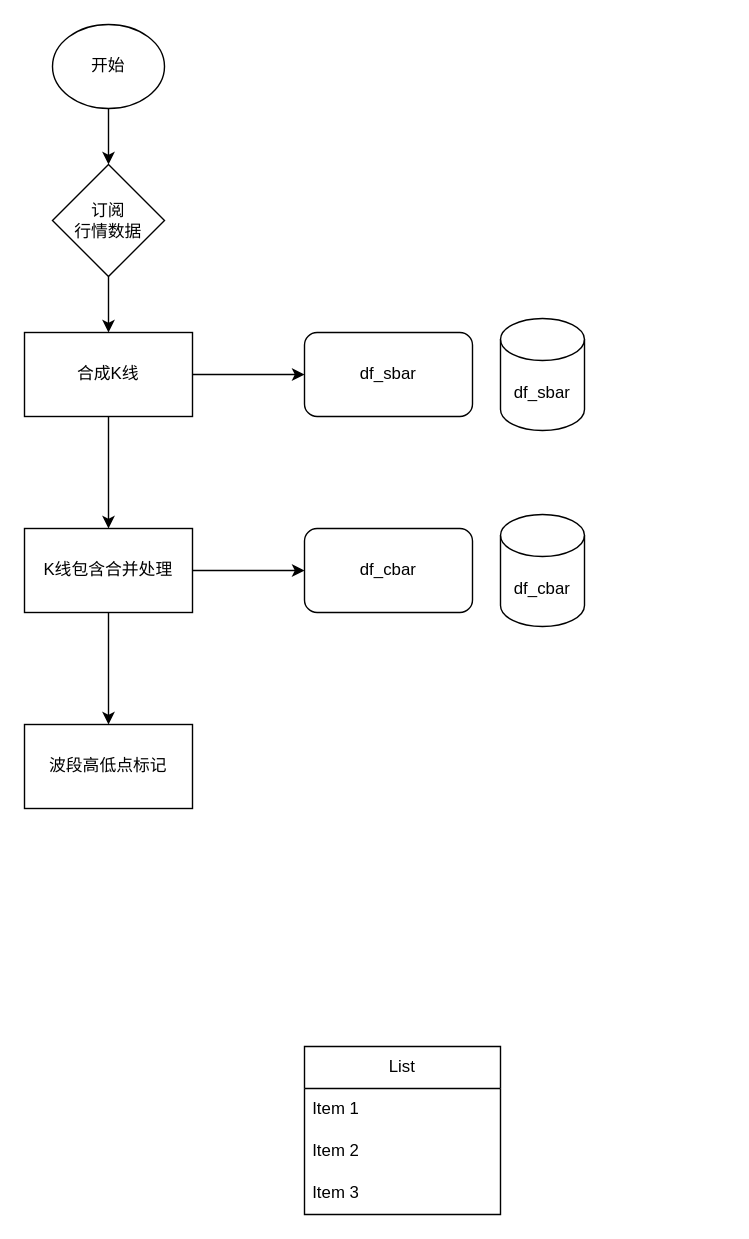
Earlier version of the draw.io diagram page "Pulao" (1 of 9) of docs/followchart.drawio (ligl/pulao). Source tidied: cells renumbered, new cells numbered last; positions are measured from the earlier drawing's top-left corner, leaving out a move shared by most shapes. Both pictures are drawn from the tidied source at 140%, with x=0, y=0 at pixel (24, 24).
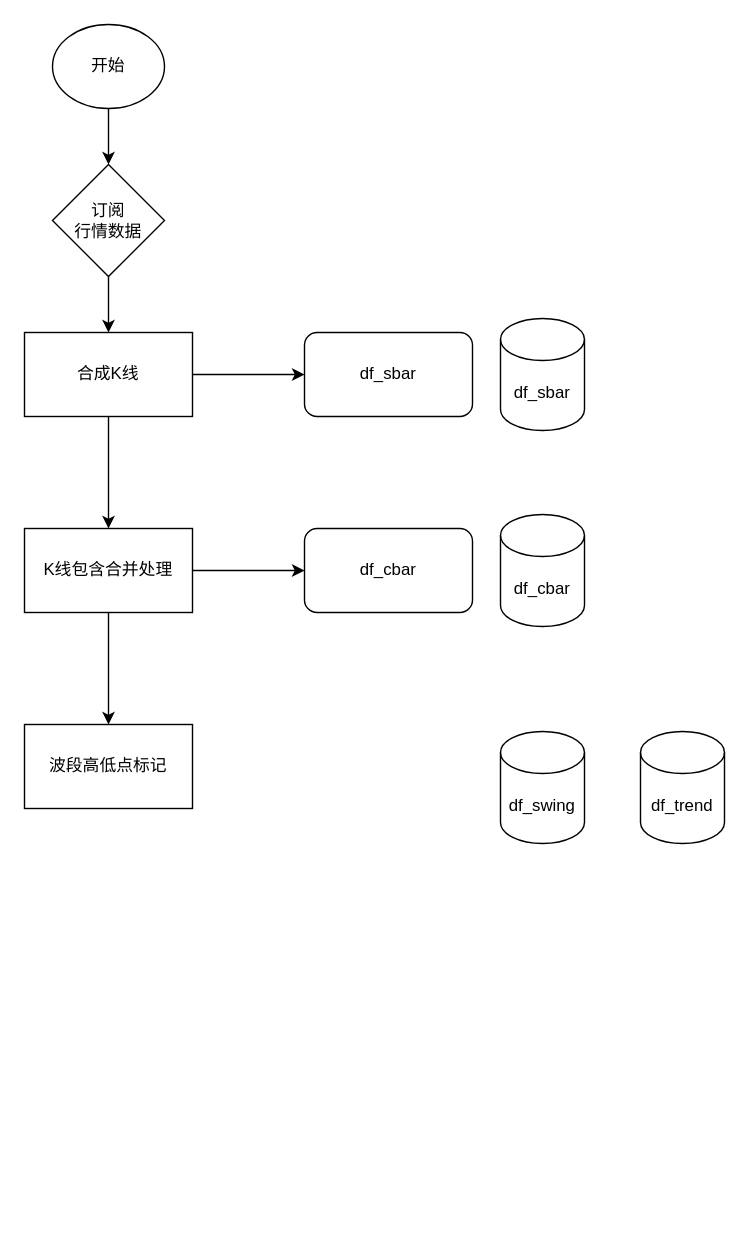
The same diagram, later.

The edit, as a diff of the source:
```diff
@@
-    <mxCell id="17" value="List" style="swimlane;fontStyle=0;horizontal=1;startSize=30;whiteSpace=wrap;html=1;" parent="1" vertex="1">
-      <mxGeometry x="200" y="730" width="140" height="120" as="geometry" />
-    </mxCell>
-    <mxCell id="18" value="Item 1" style="text;strokeColor=none;fillColor=none;align=left;verticalAlign=middle;spacingLeft=4;spacingRight=4;overflow=hidden;whiteSpace=wrap;html=1;" parent="17" vertex="1">
-      <mxGeometry y="30" width="140" height="30" as="geometry" />
-    </mxCell>
-    <mxCell id="19" value="Item 2" style="text;strokeColor=none;fillColor=none;align=left;verticalAlign=middle;spacingLeft=4;spacingRight=4;overflow=hidden;whiteSpace=wrap;html=1;" parent="17" vertex="1">
-      <mxGeometry y="60" width="140" height="30" as="geometry" />
-    </mxCell>
-    <mxCell id="20" value="Item 3" style="text;strokeColor=none;fillColor=none;align=left;verticalAlign=middle;spacingLeft=4;spacingRight=4;overflow=hidden;whiteSpace=wrap;html=1;" parent="17" vertex="1">
-      <mxGeometry y="90" width="140" height="30" as="geometry" />
-    </mxCell>
+    <mxCell id="21" value="df_swing" style="shape=cylinder3;whiteSpace=wrap;html=1;boundedLbl=1;backgroundOutline=1;size=15;" parent="1" vertex="1">
+      <mxGeometry x="340" y="505" width="60" height="80" as="geometry" />
+    </mxCell>
+    <mxCell id="22" value="df_trend" style="shape=cylinder3;whiteSpace=wrap;html=1;boundedLbl=1;backgroundOutline=1;size=15;" parent="1" vertex="1">
+      <mxGeometry x="440" y="505" width="60" height="80" as="geometry" />
+    </mxCell>
```
